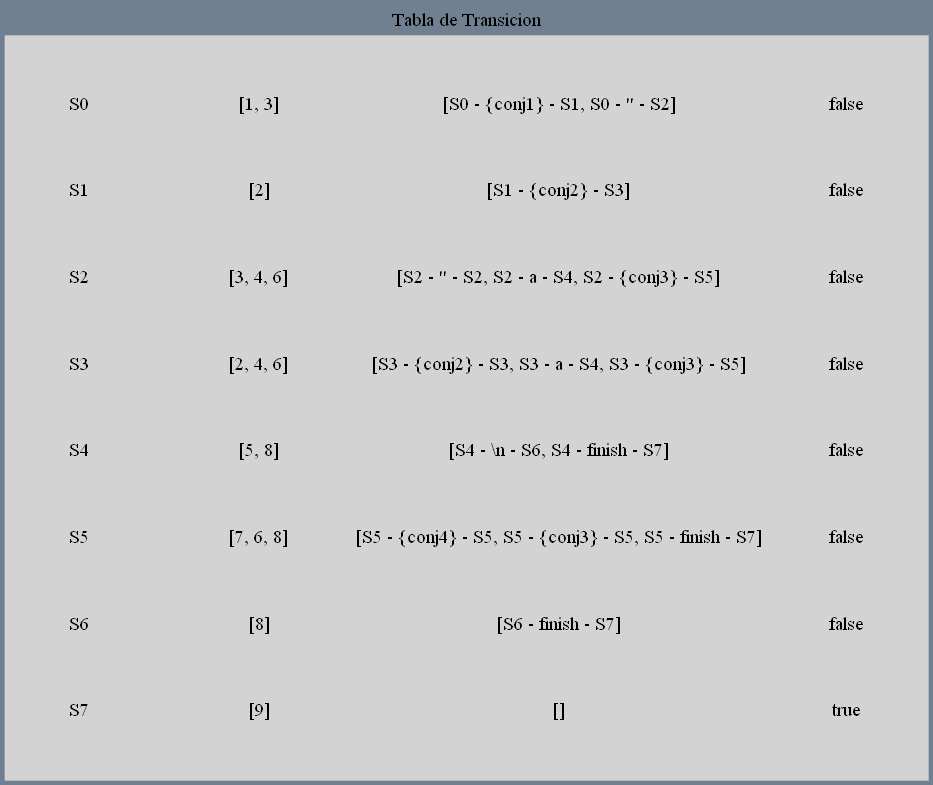
The Graphviz diagram Proyecto1/reportes/transiciones_202010751/Tabla3.png in parguet/OLC1_Proyecto1_202010751, before a commit. Its source is kept beside it as Proyecto1/reportes/transiciones_202010751/Tabla3.dot. The source it was exported from:
```dot
digraph G {
bgcolor="slategrey" label="Tabla de Transicion" layout=dot
labelloc = "t" edge [weigth=1000  color=darkgreen  arrowtail="open" arrowhead="open"]
node[shape=box, style="filled", color=lightgrey];
a0 [label=<
<TABLE border="10" cellspacing="10" cellpadding="10" style="rounded"><TR><TD>S0</TD>
  <TD> </TD>
  <TD>[1, 3]</TD>
  <TD>[S0 - {conj1} - S1, S0 - '' - S2]</TD>
  <TD>false</TD>
  </TR><TR><TD>S1</TD>
  <TD> </TD>
  <TD>[2]</TD>
  <TD>[S1 - {conj2} - S3]</TD>
  <TD>false</TD>
  </TR><TR><TD>S2</TD>
  <TD> </TD>
  <TD>[3, 4, 6]</TD>
  <TD>[S2 - '' - S2, S2 - a - S4, S2 - {conj3} - S5]</TD>
  <TD>false</TD>
  </TR><TR><TD>S3</TD>
  <TD> </TD>
  <TD>[2, 4, 6]</TD>
  <TD>[S3 - {conj2} - S3, S3 - a - S4, S3 - {conj3} - S5]</TD>
  <TD>false</TD>
  </TR><TR><TD>S4</TD>
  <TD> </TD>
  <TD>[5, 8]</TD>
  <TD>[S4 - \\n - S6, S4 - finish - S7]</TD>
  <TD>false</TD>
  </TR><TR><TD>S5</TD>
  <TD> </TD>
  <TD>[7, 6, 8]</TD>
  <TD>[S5 - {conj4} - S5, S5 - {conj3} - S5, S5 - finish - S7]</TD>
  <TD>false</TD>
  </TR><TR><TD>S6</TD>
  <TD> </TD>
  <TD>[8]</TD>
  <TD>[S6 - finish - S7]</TD>
  <TD>false</TD>
  </TR><TR><TD>S7</TD>
  <TD> </TD>
  <TD>[9]</TD>
  <TD>[]</TD>
  <TD>true</TD>
  </TR></TABLE>>];}
```
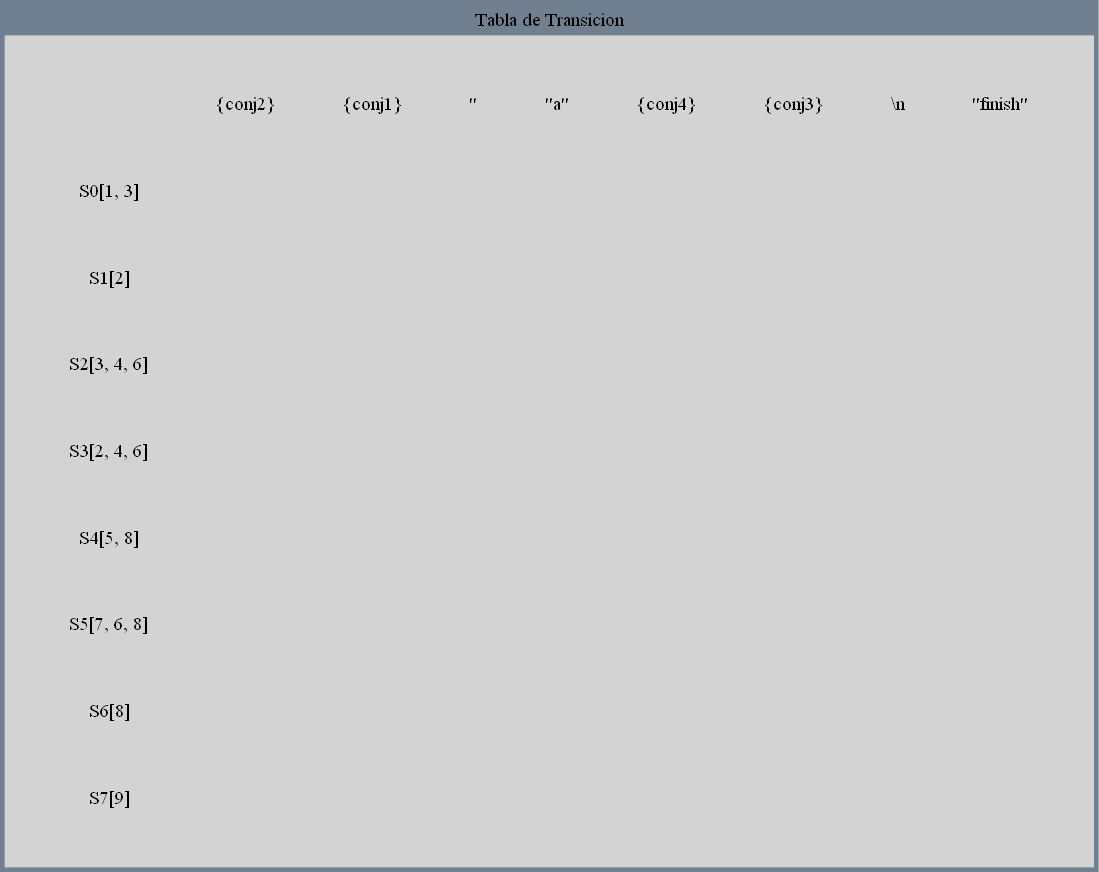
The same file after the commit.

What changed in the source:
```diff
@@ -3,44 +3,94 @@
 labelloc = "t" edge [weigth=1000  color=darkgreen  arrowtail="open" arrowhead="open"]
 node[shape=box, style="filled", color=lightgrey];
 a0 [label=<
-<TABLE border="10" cellspacing="10" cellpadding="10" style="rounded"><TR><TD>S0</TD>
+<TABLE border="10" cellspacing="10" cellpadding="10" style="rounded"><TR><TD> </TD>
+<TD>{conj2}</TD>
+<TD>{conj1}</TD>
+<TD>''</TD>
+<TD>"a"</TD>
+<TD>{conj4}</TD>
+<TD>{conj3}</TD>
+<TD>\\n</TD>
+<TD>"finish"</TD>
+  </TR>
+<TR><TD>S0[1, 3]</TD>
   <TD> </TD>
-  <TD>[1, 3]</TD>
-  <TD>[S0 - {conj1} - S1, S0 - '' - S2]</TD>
-  <TD>false</TD>
-  </TR><TR><TD>S1</TD>
   <TD> </TD>
-  <TD>[2]</TD>
-  <TD>[S1 - {conj2} - S3]</TD>
-  <TD>false</TD>
-  </TR><TR><TD>S2</TD>
   <TD> </TD>
-  <TD>[3, 4, 6]</TD>
-  <TD>[S2 - '' - S2, S2 - a - S4, S2 - {conj3} - S5]</TD>
-  <TD>false</TD>
-  </TR><TR><TD>S3</TD>
   <TD> </TD>
-  <TD>[2, 4, 6]</TD>
-  <TD>[S3 - {conj2} - S3, S3 - a - S4, S3 - {conj3} - S5]</TD>
-  <TD>false</TD>
-  </TR><TR><TD>S4</TD>
   <TD> </TD>
-  <TD>[5, 8]</TD>
-  <TD>[S4 - \\n - S6, S4 - finish - S7]</TD>
-  <TD>false</TD>
-  </TR><TR><TD>S5</TD>
   <TD> </TD>
-  <TD>[7, 6, 8]</TD>
-  <TD>[S5 - {conj4} - S5, S5 - {conj3} - S5, S5 - finish - S7]</TD>
-  <TD>false</TD>
-  </TR><TR><TD>S6</TD>
   <TD> </TD>
-  <TD>[8]</TD>
-  <TD>[S6 - finish - S7]</TD>
-  <TD>false</TD>
-  </TR><TR><TD>S7</TD>
   <TD> </TD>
-  <TD>[9]</TD>
-  <TD>[]</TD>
-  <TD>true</TD>
-  </TR></TABLE>>];}
+</TR>
+<TR><TD>S1[2]</TD>
+  <TD> </TD>
+  <TD> </TD>
+  <TD> </TD>
+  <TD> </TD>
+  <TD> </TD>
+  <TD> </TD>
+  <TD> </TD>
+  <TD> </TD>
+</TR>
+<TR><TD>S2[3, 4, 6]</TD>
+  <TD> </TD>
+  <TD> </TD>
+  <TD> </TD>
+  <TD> </TD>
+  <TD> </TD>
+  <TD> </TD>
+  <TD> </TD>
+  <TD> </TD>
+</TR>
+<TR><TD>S3[2, 4, 6]</TD>
+  <TD> </TD>
+  <TD> </TD>
+  <TD> </TD>
+  <TD> </TD>
+  <TD> </TD>
+  <TD> </TD>
+  <TD> </TD>
+  <TD> </TD>
+</TR>
+<TR><TD>S4[5, 8]</TD>
+  <TD> </TD>
+  <TD> </TD>
+  <TD> </TD>
+  <TD> </TD>
+  <TD> </TD>
+  <TD> </TD>
+  <TD> </TD>
+  <TD> </TD>
+</TR>
+<TR><TD>S5[7, 6, 8]</TD>
+  <TD> </TD>
+  <TD> </TD>
+  <TD> </TD>
+  <TD> </TD>
+  <TD> </TD>
+  <TD> </TD>
+  <TD> </TD>
+  <TD> </TD>
+</TR>
+<TR><TD>S6[8]</TD>
+  <TD> </TD>
+  <TD> </TD>
+  <TD> </TD>
+  <TD> </TD>
+  <TD> </TD>
+  <TD> </TD>
+  <TD> </TD>
+  <TD> </TD>
+</TR>
+<TR><TD>S7[9]</TD>
+  <TD> </TD>
+  <TD> </TD>
+  <TD> </TD>
+  <TD> </TD>
+  <TD> </TD>
+  <TD> </TD>
+  <TD> </TD>
+  <TD> </TD>
+</TR>
+</TABLE>>];}
```
